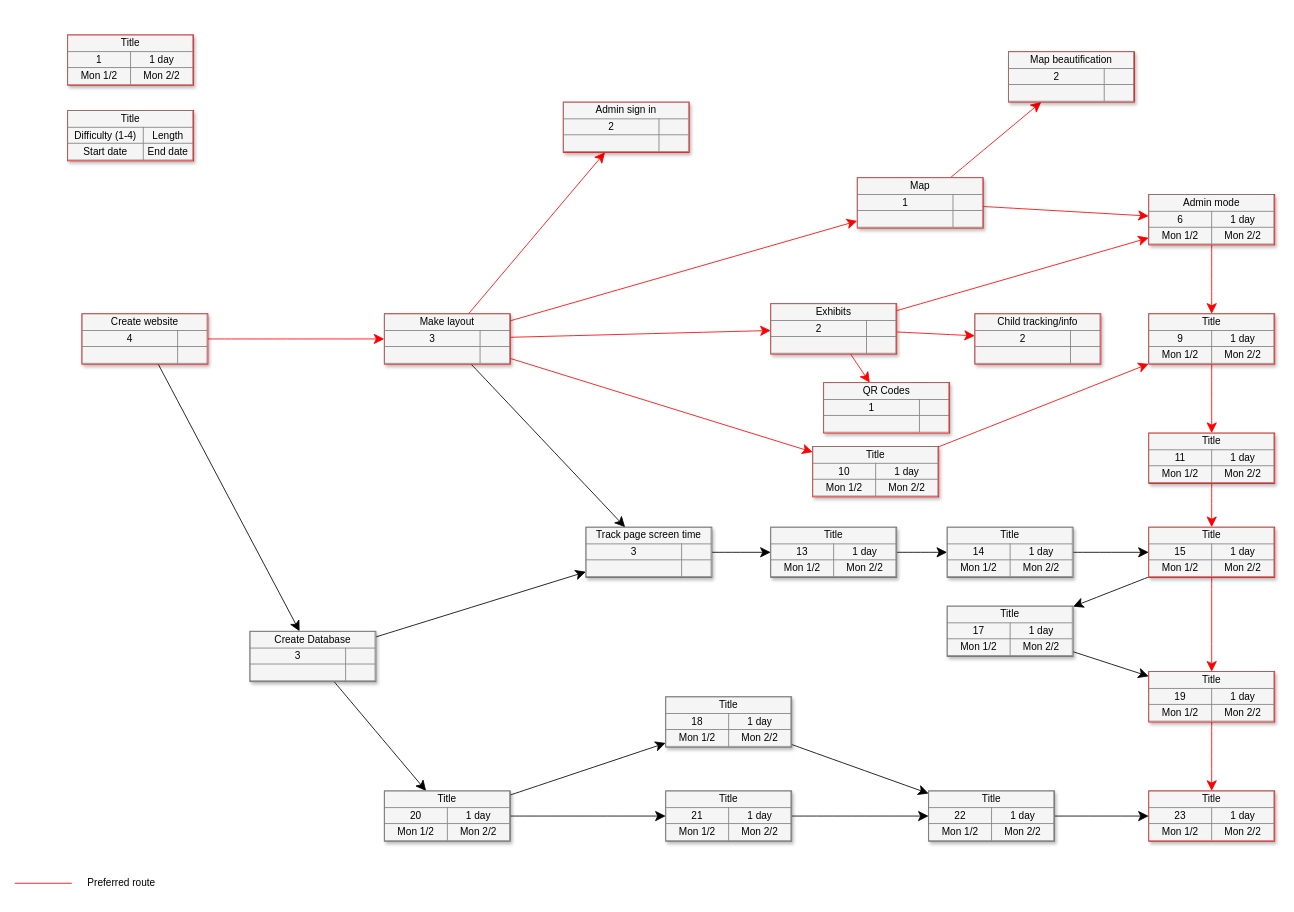
This is PERT.drawio from LiamBroderick/Group-G-CSC-230, a draw.io file, before an edit. Source tidied: cells renumbered, new cells numbered last; positions are measured from the earlier drawing's top-left corner, leaving out a move shared by most shapes. Both pictures are drawn from the tidied source at 84%, with x=0, y=0 at pixel (14, 34).
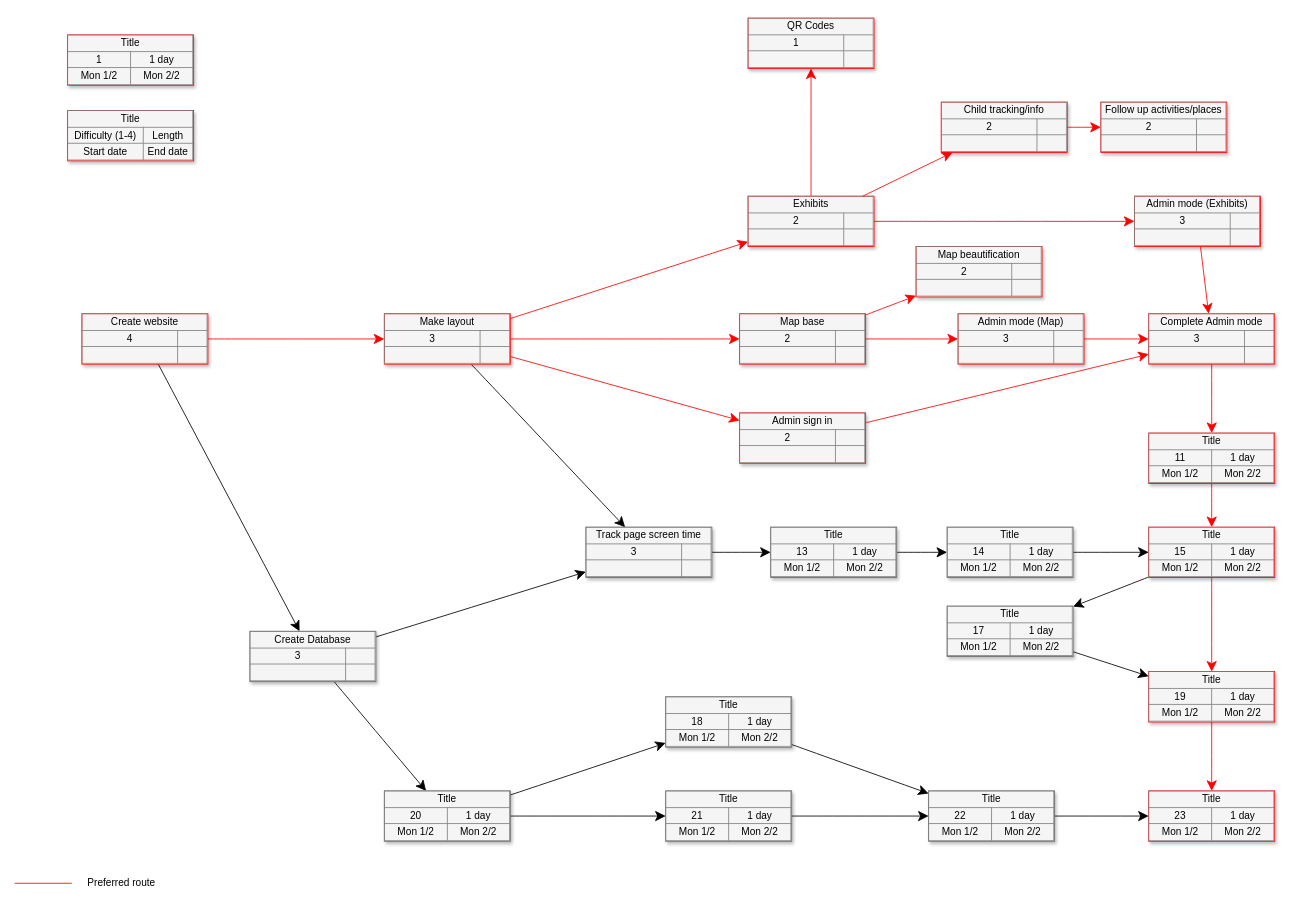
After the change.

Unchanged cells that the change refers to:
```xml
<mxCell id="24" value="&lt;table border=&quot;1&quot; width=&quot;100%&quot; style=&quot;width: 100% ; height: 100% ; border-collapse: collapse&quot;&gt;&lt;tbody&gt;&lt;tr&gt;&lt;td colspan=&quot;2&quot; align=&quot;center&quot;&gt;Make layout&lt;/td&gt;&lt;/tr&gt;&lt;tr&gt;&lt;td align=&quot;center&quot;&gt;3&lt;/td&gt;&lt;td align=&quot;center&quot;&gt;&lt;br&gt;&lt;/td&gt;&lt;/tr&gt;&lt;tr&gt;&lt;td align=&quot;center&quot;&gt;&lt;/td&gt;&lt;td align=&quot;center&quot;&gt;&lt;br&gt;&lt;/td&gt;&lt;/tr&gt;&lt;/tbody&gt;&lt;/table&gt;" style="text;html=1;strokeColor=#FF0000;fillColor=#f5f5f5;overflow=fill;rounded=0;shadow=1;fontSize=12;align=center;" parent="1" vertex="1">
  <mxGeometry x="440" y="332" width="150" height="60" as="geometry" />
</mxCell>
```

Change to the diagram source:
```diff
@@
-    <mxCell id="14" value="&lt;table border=&quot;1&quot; width=&quot;100%&quot; style=&quot;width: 100% ; height: 100% ; border-collapse: collapse&quot;&gt;&lt;tbody&gt;&lt;tr&gt;&lt;td colspan=&quot;2&quot; align=&quot;center&quot;&gt;&lt;font style=&quot;font-size: 12px&quot;&gt;Title&lt;/font&gt;&lt;/td&gt;&lt;/tr&gt;&lt;tr&gt;&lt;td align=&quot;center&quot;&gt;9&lt;/td&gt;&lt;td align=&quot;center&quot;&gt;&lt;font style=&quot;font-size: 12px&quot;&gt;1 day&lt;/font&gt;&lt;/td&gt;&lt;/tr&gt;&lt;tr&gt;&lt;td align=&quot;center&quot;&gt;&lt;font style=&quot;font-size: 12px&quot;&gt;Mon 1/2&lt;/font&gt;&lt;/td&gt;&lt;td align=&quot;center&quot;&gt;&lt;font style=&quot;font-size: 12px&quot;&gt;Mon 2/2&lt;/font&gt;&lt;/td&gt;&lt;/tr&gt;&lt;/tbody&gt;&lt;/table&gt;" style="text;html=1;strokeColor=#FF0000;fillColor=#f5f5f5;overflow=fill;rounded=0;shadow=1;fontSize=12;align=center;" parent="1" vertex="1">
+    <mxCell id="14" value="&lt;table border=&quot;1&quot; width=&quot;100%&quot; style=&quot;width: 100% ; height: 100% ; border-collapse: collapse&quot;&gt;&lt;tbody&gt;&lt;tr&gt;&lt;td colspan=&quot;2&quot; align=&quot;center&quot;&gt;Complete Admin mode&lt;/td&gt;&lt;/tr&gt;&lt;tr&gt;&lt;td align=&quot;center&quot;&gt;3&lt;/td&gt;&lt;td align=&quot;center&quot;&gt;&lt;/td&gt;&lt;/tr&gt;&lt;tr&gt;&lt;td align=&quot;center&quot;&gt;&lt;/td&gt;&lt;td align=&quot;center&quot;&gt;&lt;br&gt;&lt;/td&gt;&lt;/tr&gt;&lt;/tbody&gt;&lt;/table&gt;" style="text;html=1;strokeColor=#FF0000;fillColor=#f5f5f5;overflow=fill;rounded=0;shadow=1;fontSize=12;align=center;" parent="1" vertex="1">
       <mxGeometry x="1350" y="332" width="150" height="60" as="geometry" />
     </mxCell>
@@
     <mxCell id="18" value="&lt;table border=&quot;1&quot; width=&quot;100%&quot; style=&quot;width: 100% ; height: 100% ; border-collapse: collapse&quot;&gt;&lt;tbody&gt;&lt;tr&gt;&lt;td colspan=&quot;2&quot; align=&quot;center&quot;&gt;Exhibits&lt;/td&gt;&lt;/tr&gt;&lt;tr&gt;&lt;td align=&quot;center&quot;&gt;2&lt;/td&gt;&lt;td align=&quot;center&quot;&gt;&lt;/td&gt;&lt;/tr&gt;&lt;tr&gt;&lt;td align=&quot;center&quot;&gt;&lt;/td&gt;&lt;td align=&quot;center&quot;&gt;&lt;br&gt;&lt;/td&gt;&lt;/tr&gt;&lt;/tbody&gt;&lt;/table&gt;" style="text;html=1;strokeColor=#FF0000;fillColor=#f5f5f5;overflow=fill;rounded=0;shadow=1;fontSize=12;align=center;" parent="1" vertex="1">
-      <mxGeometry x="900" y="320" width="150" height="60" as="geometry" />
+      <mxGeometry x="873" y="192" width="150" height="60" as="geometry" />
     </mxCell>
     <mxCell id="19" value="&lt;table border=&quot;1&quot; width=&quot;100%&quot; style=&quot;width: 100% ; height: 100% ; border-collapse: collapse&quot;&gt;&lt;tbody&gt;&lt;tr&gt;&lt;td colspan=&quot;2&quot; align=&quot;center&quot;&gt;Admin sign in&lt;/td&gt;&lt;/tr&gt;&lt;tr&gt;&lt;td align=&quot;center&quot;&gt;2&lt;/td&gt;&lt;td align=&quot;center&quot;&gt;&lt;br&gt;&lt;/td&gt;&lt;/tr&gt;&lt;tr&gt;&lt;td align=&quot;center&quot;&gt;&lt;/td&gt;&lt;td align=&quot;center&quot;&gt;&lt;br&gt;&lt;/td&gt;&lt;/tr&gt;&lt;/tbody&gt;&lt;/table&gt;" style="text;html=1;strokeColor=#FF0000;fillColor=#f5f5f5;overflow=fill;rounded=0;shadow=1;fontSize=12;align=center;" parent="1" vertex="1">
-      <mxGeometry x="653" y="80" width="150" height="60" as="geometry" />
+      <mxGeometry x="863" y="450" width="150" height="60" as="geometry" />
     </mxCell>
@@
-    <mxCell id="22" style="edgeStyle=none;curved=1;html=1;startSize=10;endArrow=classic;endFill=1;endSize=10;strokeColor=#FF0000;strokeWidth=1;fontSize=12;" parent="1" edge="1" source="24" target="31">
-      <mxGeometry relative="1" as="geometry" />
-    </mxCell>
@@
-    <mxCell id="29" value="&lt;table border=&quot;1&quot; width=&quot;100%&quot; style=&quot;width: 100% ; height: 100% ; border-collapse: collapse&quot;&gt;&lt;tbody&gt;&lt;tr&gt;&lt;td colspan=&quot;2&quot; align=&quot;center&quot;&gt;Map&lt;/td&gt;&lt;/tr&gt;&lt;tr&gt;&lt;td align=&quot;center&quot;&gt;&lt;font style=&quot;font-size: 12px;&quot;&gt;1&lt;/font&gt;&lt;/td&gt;&lt;td align=&quot;center&quot;&gt;&lt;/td&gt;&lt;/tr&gt;&lt;tr&gt;&lt;td align=&quot;center&quot;&gt;&lt;/td&gt;&lt;td align=&quot;center&quot;&gt;&lt;br&gt;&lt;/td&gt;&lt;/tr&gt;&lt;/tbody&gt;&lt;/table&gt;" style="text;html=1;strokeColor=#FF0000;fillColor=#f5f5f5;overflow=fill;rounded=0;shadow=1;fontSize=12;align=center;" parent="1" vertex="1">
-      <mxGeometry x="1003" y="170" width="150" height="60" as="geometry" />
+    <mxCell id="29" value="&lt;table border=&quot;1&quot; width=&quot;100%&quot; style=&quot;width: 100% ; height: 100% ; border-collapse: collapse&quot;&gt;&lt;tbody&gt;&lt;tr&gt;&lt;td colspan=&quot;2&quot; align=&quot;center&quot;&gt;Map base&lt;/td&gt;&lt;/tr&gt;&lt;tr&gt;&lt;td align=&quot;center&quot;&gt;2&lt;/td&gt;&lt;td align=&quot;center&quot;&gt;&lt;/td&gt;&lt;/tr&gt;&lt;tr&gt;&lt;td align=&quot;center&quot;&gt;&lt;/td&gt;&lt;td align=&quot;center&quot;&gt;&lt;br&gt;&lt;/td&gt;&lt;/tr&gt;&lt;/tbody&gt;&lt;/table&gt;" style="text;html=1;strokeColor=#FF0000;fillColor=#f5f5f5;overflow=fill;rounded=0;shadow=1;fontSize=12;align=center;" parent="1" vertex="1">
+      <mxGeometry x="863" y="332" width="150" height="60" as="geometry" />
     </mxCell>
-    <mxCell id="30" style="edgeStyle=none;curved=1;html=1;startSize=10;endArrow=classic;endFill=1;endSize=10;strokeColor=#FF0000;strokeWidth=1;fontSize=12;" parent="1" edge="1" source="31" target="14">
-      <mxGeometry relative="1" as="geometry" />
-    </mxCell>
-    <mxCell id="31" value="&lt;table border=&quot;1&quot; width=&quot;100%&quot; style=&quot;width: 100% ; height: 100% ; border-collapse: collapse&quot;&gt;&lt;tbody&gt;&lt;tr&gt;&lt;td colspan=&quot;2&quot; align=&quot;center&quot;&gt;&lt;font style=&quot;font-size: 12px&quot;&gt;Title&lt;/font&gt;&lt;/td&gt;&lt;/tr&gt;&lt;tr&gt;&lt;td align=&quot;center&quot;&gt;10&lt;/td&gt;&lt;td align=&quot;center&quot;&gt;&lt;font style=&quot;font-size: 12px&quot;&gt;1 day&lt;/font&gt;&lt;/td&gt;&lt;/tr&gt;&lt;tr&gt;&lt;td align=&quot;center&quot;&gt;&lt;font style=&quot;font-size: 12px&quot;&gt;Mon 1/2&lt;/font&gt;&lt;/td&gt;&lt;td align=&quot;center&quot;&gt;&lt;font style=&quot;font-size: 12px&quot;&gt;Mon 2/2&lt;/font&gt;&lt;/td&gt;&lt;/tr&gt;&lt;/tbody&gt;&lt;/table&gt;" style="text;html=1;strokeColor=#FF0000;fillColor=#f5f5f5;overflow=fill;rounded=0;shadow=1;fontSize=12;align=center;" parent="1" vertex="1">
-      <mxGeometry x="950" y="490" width="150" height="60" as="geometry" />
-    </mxCell>
@@
-    <mxCell id="33" value="&lt;table border=&quot;1&quot; width=&quot;100%&quot; style=&quot;width: 100% ; height: 100% ; border-collapse: collapse&quot;&gt;&lt;tbody&gt;&lt;tr&gt;&lt;td colspan=&quot;2&quot; align=&quot;center&quot;&gt;Admin mode&lt;/td&gt;&lt;/tr&gt;&lt;tr&gt;&lt;td align=&quot;center&quot;&gt;6&lt;/td&gt;&lt;td align=&quot;center&quot;&gt;&lt;font style=&quot;font-size: 12px&quot;&gt;1 day&lt;/font&gt;&lt;/td&gt;&lt;/tr&gt;&lt;tr&gt;&lt;td align=&quot;center&quot;&gt;&lt;font style=&quot;font-size: 12px&quot;&gt;Mon 1/2&lt;/font&gt;&lt;/td&gt;&lt;td align=&quot;center&quot;&gt;&lt;font style=&quot;font-size: 12px&quot;&gt;Mon 2/2&lt;/font&gt;&lt;/td&gt;&lt;/tr&gt;&lt;/tbody&gt;&lt;/table&gt;" style="text;html=1;strokeColor=#FF0000;fillColor=#f5f5f5;overflow=fill;rounded=0;shadow=1;fontSize=12;align=center;" parent="1" vertex="1">
-      <mxGeometry x="1350" y="190" width="150" height="60" as="geometry" />
+    <mxCell id="33" value="&lt;table border=&quot;1&quot; width=&quot;100%&quot; style=&quot;width: 100% ; height: 100% ; border-collapse: collapse&quot;&gt;&lt;tbody&gt;&lt;tr&gt;&lt;td colspan=&quot;2&quot; align=&quot;center&quot;&gt;Admin mode (Exhibits)&lt;/td&gt;&lt;/tr&gt;&lt;tr&gt;&lt;td align=&quot;center&quot;&gt;3&lt;/td&gt;&lt;td align=&quot;center&quot;&gt;&lt;/td&gt;&lt;/tr&gt;&lt;tr&gt;&lt;td align=&quot;center&quot;&gt;&lt;/td&gt;&lt;td align=&quot;center&quot;&gt;&lt;br&gt;&lt;/td&gt;&lt;/tr&gt;&lt;/tbody&gt;&lt;/table&gt;" style="text;html=1;strokeColor=#FF0000;fillColor=#f5f5f5;overflow=fill;rounded=0;shadow=1;fontSize=12;align=center;" parent="1" vertex="1">
+      <mxGeometry x="1333" y="192" width="150" height="60" as="geometry" />
     </mxCell>
@@
     <mxCell id="38" value="&lt;table border=&quot;1&quot; width=&quot;100%&quot; style=&quot;width: 100% ; height: 100% ; border-collapse: collapse&quot;&gt;&lt;tbody&gt;&lt;tr&gt;&lt;td colspan=&quot;2&quot; align=&quot;center&quot;&gt;&lt;font style=&quot;font-size: 12px&quot;&gt;Map beautification&lt;/font&gt;&lt;/td&gt;&lt;/tr&gt;&lt;tr&gt;&lt;td align=&quot;center&quot;&gt;2&lt;/td&gt;&lt;td align=&quot;center&quot;&gt;&lt;/td&gt;&lt;/tr&gt;&lt;tr&gt;&lt;td align=&quot;center&quot;&gt;&lt;/td&gt;&lt;td align=&quot;center&quot;&gt;&lt;br&gt;&lt;/td&gt;&lt;/tr&gt;&lt;/tbody&gt;&lt;/table&gt;" style="text;html=1;strokeColor=#FF0000;fillColor=#f5f5f5;overflow=fill;rounded=0;shadow=1;fontSize=12;align=center;" parent="1" vertex="1">
-      <mxGeometry x="1183" y="20" width="150" height="60" as="geometry" />
+      <mxGeometry x="1073" y="252" width="150" height="60" as="geometry" />
     </mxCell>
@@
     <mxCell id="40" value="&lt;table border=&quot;1&quot; width=&quot;100%&quot; style=&quot;width: 100% ; height: 100% ; border-collapse: collapse&quot;&gt;&lt;tbody&gt;&lt;tr&gt;&lt;td colspan=&quot;2&quot; align=&quot;center&quot;&gt;QR Codes&lt;/td&gt;&lt;/tr&gt;&lt;tr&gt;&lt;td align=&quot;center&quot;&gt;1&lt;/td&gt;&lt;td align=&quot;center&quot;&gt;&lt;br&gt;&lt;/td&gt;&lt;/tr&gt;&lt;tr&gt;&lt;td align=&quot;center&quot;&gt;&lt;/td&gt;&lt;td align=&quot;center&quot;&gt;&lt;br&gt;&lt;/td&gt;&lt;/tr&gt;&lt;/tbody&gt;&lt;/table&gt;" style="text;html=1;strokeColor=#FF0000;fillColor=#f5f5f5;overflow=fill;rounded=0;shadow=1;fontSize=12;align=center;" parent="1" vertex="1">
-      <mxGeometry x="963" y="414" width="150" height="60" as="geometry" />
+      <mxGeometry x="873" y="-20" width="150" height="60" as="geometry" />
     </mxCell>
@@
-    <mxCell id="57" style="edgeStyle=none;curved=1;html=1;startSize=10;endArrow=classic;endFill=1;endSize=10;strokeColor=#FF0000;strokeWidth=1;fontSize=12;" parent="1" edge="1" source="29" target="33">
-      <mxGeometry relative="1" as="geometry" />
-    </mxCell>
     <mxCell id="58" value="&lt;table border=&quot;1&quot; width=&quot;100%&quot; style=&quot;width: 100% ; height: 100% ; border-collapse: collapse&quot;&gt;&lt;tbody&gt;&lt;tr&gt;&lt;td colspan=&quot;2&quot; align=&quot;center&quot;&gt;Child tracking/info&lt;/td&gt;&lt;/tr&gt;&lt;tr&gt;&lt;td align=&quot;center&quot;&gt;2&lt;/td&gt;&lt;td align=&quot;center&quot;&gt;&lt;br&gt;&lt;/td&gt;&lt;/tr&gt;&lt;tr&gt;&lt;td align=&quot;center&quot;&gt;&lt;/td&gt;&lt;td align=&quot;center&quot;&gt;&lt;br&gt;&lt;/td&gt;&lt;/tr&gt;&lt;/tbody&gt;&lt;/table&gt;" style="text;html=1;strokeColor=#FF0000;fillColor=#f5f5f5;overflow=fill;rounded=0;shadow=1;fontSize=12;align=center;" parent="1" vertex="1">
-      <mxGeometry x="1143" y="332" width="150" height="60" as="geometry" />
+      <mxGeometry x="1103" y="80" width="150" height="60" as="geometry" />
     </mxCell>
@@
+    <mxCell id="60" value="&lt;table border=&quot;1&quot; width=&quot;100%&quot; style=&quot;width: 100% ; height: 100% ; border-collapse: collapse&quot;&gt;&lt;tbody&gt;&lt;tr&gt;&lt;td colspan=&quot;2&quot; align=&quot;center&quot;&gt;Follow up activities/places&lt;/td&gt;&lt;/tr&gt;&lt;tr&gt;&lt;td align=&quot;center&quot;&gt;2&lt;/td&gt;&lt;td align=&quot;center&quot;&gt;&lt;br&gt;&lt;/td&gt;&lt;/tr&gt;&lt;tr&gt;&lt;td align=&quot;center&quot;&gt;&lt;/td&gt;&lt;td align=&quot;center&quot;&gt;&lt;br&gt;&lt;/td&gt;&lt;/tr&gt;&lt;/tbody&gt;&lt;/table&gt;" style="text;html=1;strokeColor=#FF0000;fillColor=#f5f5f5;overflow=fill;rounded=0;shadow=1;fontSize=12;align=center;" parent="1" vertex="1">
+      <mxGeometry x="1293" y="80" width="150" height="60" as="geometry" />
+    </mxCell>
+    <mxCell id="61" style="edgeStyle=none;curved=1;html=1;startSize=10;endArrow=classic;endFill=1;endSize=10;strokeColor=#FF0000;strokeWidth=1;fontSize=12;" parent="1" edge="1" source="58" target="60">
+      <mxGeometry relative="1" as="geometry" />
+    </mxCell>
+    <mxCell id="62" value="&lt;table border=&quot;1&quot; width=&quot;100%&quot; style=&quot;width: 100% ; height: 100% ; border-collapse: collapse&quot;&gt;&lt;tbody&gt;&lt;tr&gt;&lt;td colspan=&quot;2&quot; align=&quot;center&quot;&gt;Admin mode (Map)&lt;/td&gt;&lt;/tr&gt;&lt;tr&gt;&lt;td align=&quot;center&quot;&gt;3&lt;/td&gt;&lt;td align=&quot;center&quot;&gt;&lt;br&gt;&lt;/td&gt;&lt;/tr&gt;&lt;tr&gt;&lt;td align=&quot;center&quot;&gt;&lt;/td&gt;&lt;td align=&quot;center&quot;&gt;&lt;br&gt;&lt;/td&gt;&lt;/tr&gt;&lt;/tbody&gt;&lt;/table&gt;" style="text;html=1;strokeColor=#FF0000;fillColor=#f5f5f5;overflow=fill;rounded=0;shadow=1;fontSize=12;align=center;" parent="1" vertex="1">
+      <mxGeometry x="1123" y="332" width="150" height="60" as="geometry" />
+    </mxCell>
+    <mxCell id="63" style="edgeStyle=none;curved=1;html=1;startSize=10;endArrow=classic;endFill=1;endSize=10;strokeColor=#FF0000;strokeWidth=1;fontSize=12;" parent="1" edge="1" source="29" target="62">
+      <mxGeometry relative="1" as="geometry" />
+    </mxCell>
+    <mxCell id="64" style="edgeStyle=none;curved=1;html=1;startSize=10;endArrow=classic;endFill=1;endSize=10;strokeColor=#FF0000;strokeWidth=1;fontSize=12;" parent="1" edge="1" source="62" target="14">
+      <mxGeometry relative="1" as="geometry" />
+    </mxCell>
+    <mxCell id="65" style="edgeStyle=none;curved=1;html=1;startSize=10;endArrow=classic;endFill=1;endSize=10;strokeColor=#FF0000;strokeWidth=1;fontSize=12;" parent="1" edge="1" source="19" target="14">
+      <mxGeometry relative="1" as="geometry" />
+    </mxCell>
```
